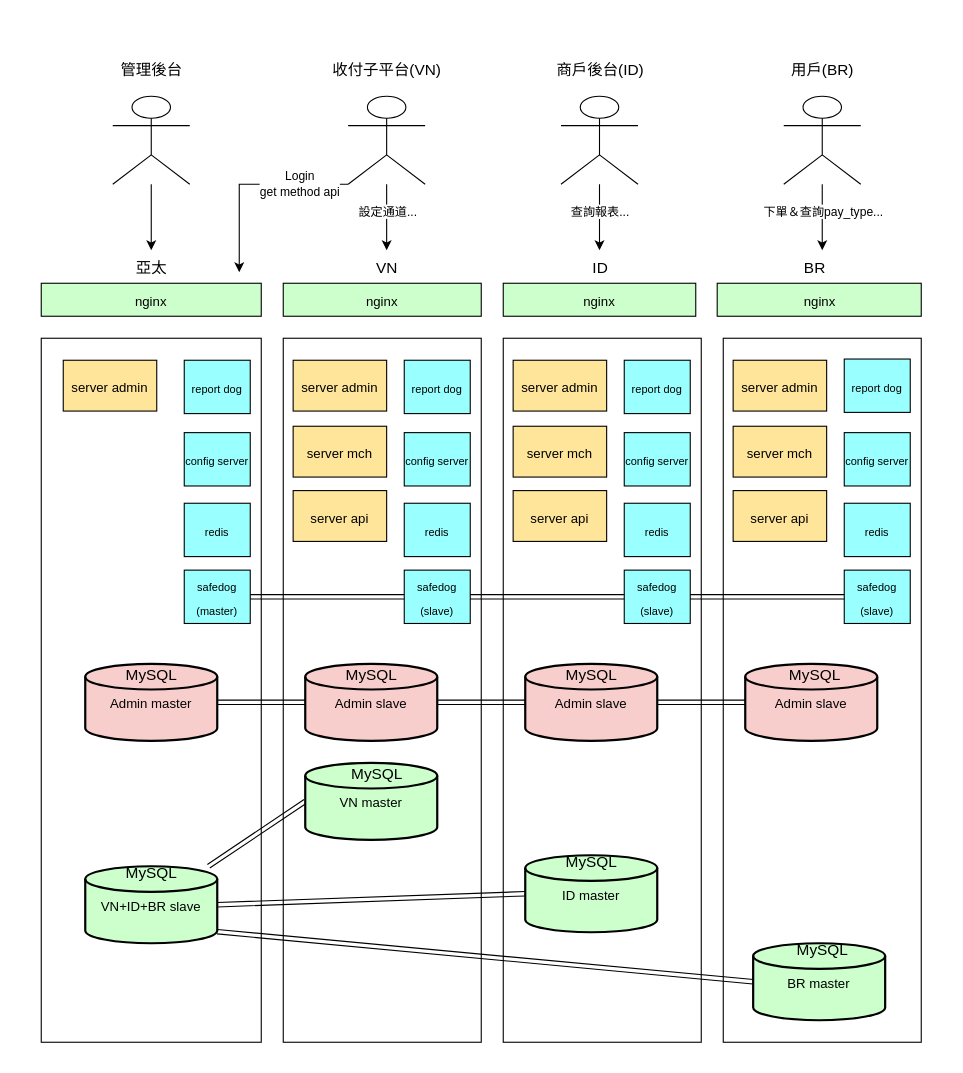
Before: page "jp全球化架構圖" (5 of 5) of turtledegist.drawio in ppudding5566/test5566, a draw.io diagram. Source tidied: cells renumbered, new cells numbered last; positions are measured from the earlier drawing's top-left corner, leaving out a move shared by most shapes. Both pictures are drawn from the tidied source at 110%, with x=0, y=0 at pixel (41, 46).
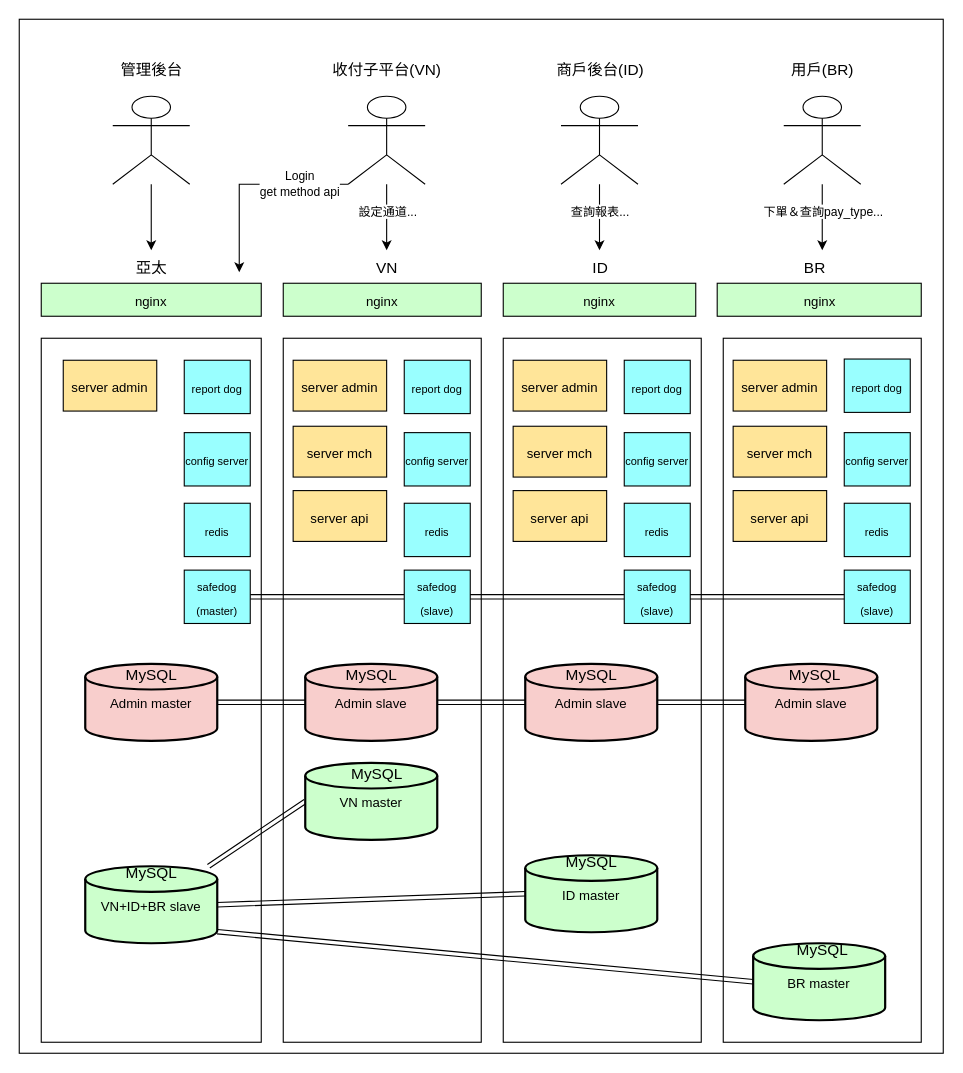
Above is the later version.

What changed in the source:
```diff
@@
+    <mxCell id="83" style="rounded=0;whiteSpace=wrap;html=1;fontSize=10;" parent="1" vertex="1">
+      <mxGeometry x="-20" y="-25" width="840" height="940" as="geometry" />
+    </mxCell>
```
